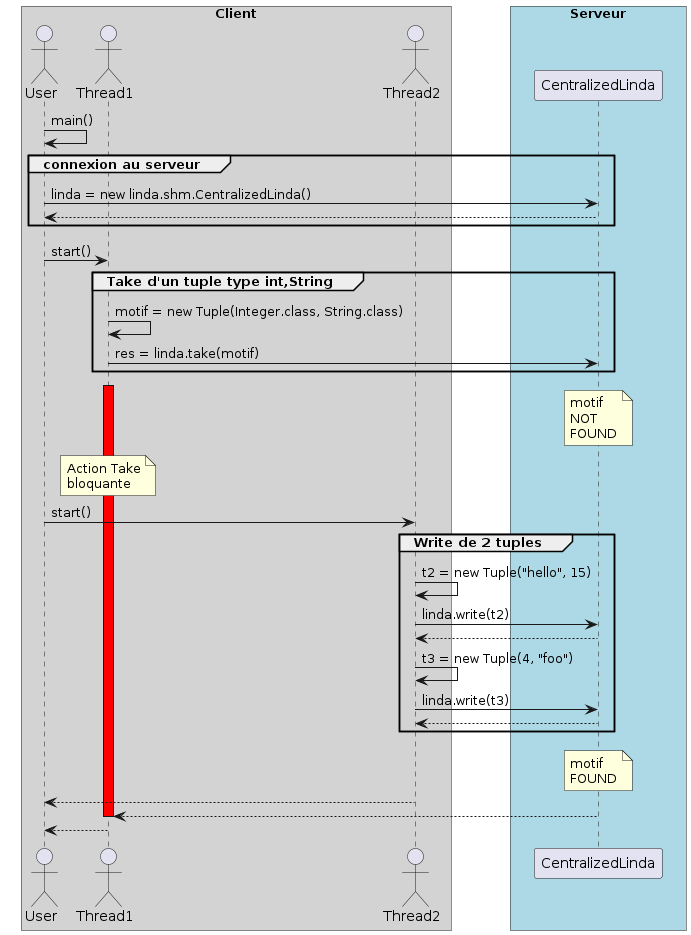
Earlier version of the PlantUML export linda/shm/Diagram/Sequences/Sequence_write_take_read.png (HayZun/Intergiciel). Source of this version:
```plantuml
@startuml
skinparam ParticipantPadding 20
skinparam BoxPadding 10
!pragma teoz true

box "Client" #LightGrey
actor User
actor Thread1
actor Thread2
end box
box "Serveur" #LightBlue
participant "CentralizedLinda" as Linda
end box

User -> User: main()

group connexion au serveur

User -> Linda: linda = new linda.shm.CentralizedLinda()

Linda --> User

end

User -> Thread1: start()

group Take d'un tuple type int,String

Thread1 -> Thread1 : motif = new Tuple(Integer.class, String.class)

Thread1 -> Linda: res = linda.take(motif)

end

activate Thread1 #red

note over Linda : motif \nNOT \nFOUND

note over Thread1 : Action Take\nbloquante

User -> Thread2: start()

group Write de 2 tuples

Thread2 -> Thread2: t2 = new Tuple("hello", 15)

Thread2 -> Linda: linda.write(t2)

Linda --> Thread2

Thread2 -> Thread2: t3 = new Tuple(4, "foo")

Thread2 -> Linda: linda.write(t3)

Linda --> Thread2

end

note over Linda : motif \nFOUND

Thread2 --> User

Linda --> Thread1

deactivate Thread1

Thread1 --> User

@enduml
```
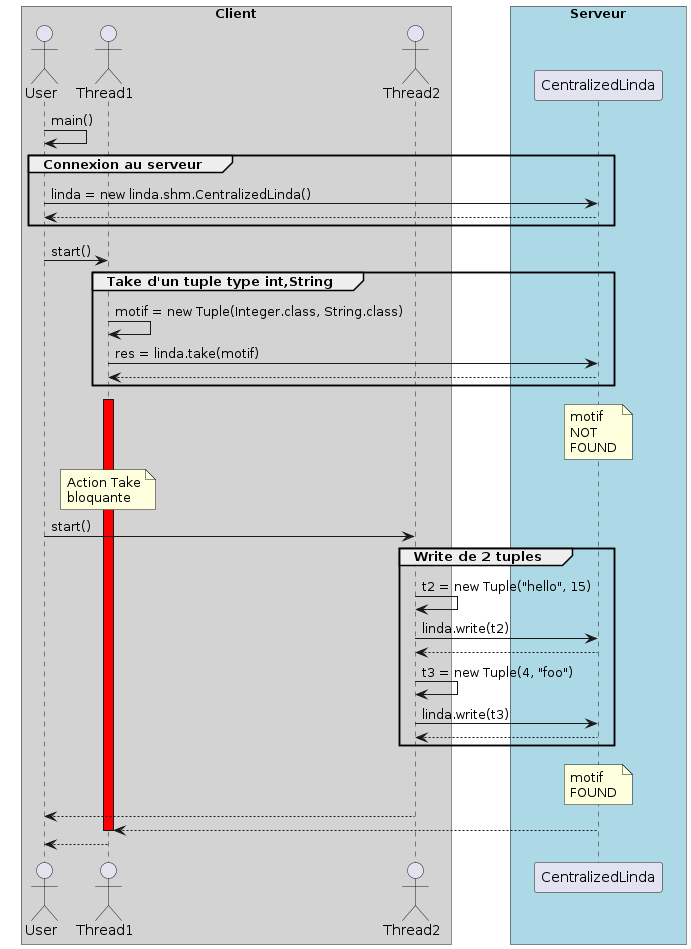
Later version of the same file.

The edit, as a diff of the source:
```diff
@@ -14,7 +14,7 @@
 
 User -> User: main()
 
-group connexion au serveur
+group Connexion au serveur
 
 User -> Linda: linda = new linda.shm.CentralizedLinda()
 
@@ -29,6 +29,8 @@
 Thread1 -> Thread1 : motif = new Tuple(Integer.class, String.class)
 
 Thread1 -> Linda: res = linda.take(motif)
+
+Linda --> Thread1
 
 end
 
```
